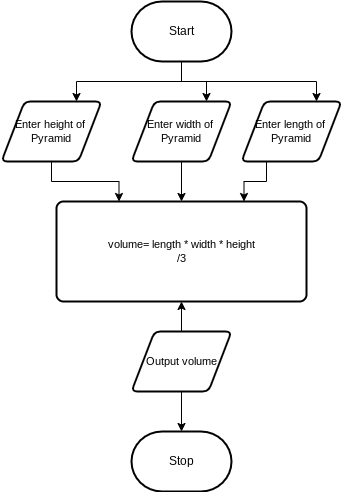
Before: design/flowchart.png, a diagram exported from draw.io (jakub-malhotra/ICS2O-Unit-6-04-extra). Source tidied: cells renumbered, new cells last; positions are measured from the earlier drawing's top-left corner, leaving out a move shared by most shapes. Source of this version:
```xml
<mxGraphModel>
  <root>
    <mxCell id="0" />
    <mxCell id="1" parent="0" />
    <mxCell id="2" style="edgeStyle=orthogonalEdgeStyle;shape=connector;rounded=0;html=1;exitX=0.5;exitY=1;exitDx=0;exitDy=0;exitPerimeter=0;entryX=0.75;entryY=0;entryDx=0;entryDy=0;labelBackgroundColor=default;strokeColor=default;fontFamily=Helvetica;fontSize=11;fontColor=default;endArrow=classic;" parent="1" edge="1" source="5" target="10">
      <mxGeometry relative="1" as="geometry" />
    </mxCell>
    <mxCell id="3" style="edgeStyle=orthogonalEdgeStyle;shape=connector;rounded=0;html=1;exitX=0.5;exitY=1;exitDx=0;exitDy=0;exitPerimeter=0;entryX=0.75;entryY=0;entryDx=0;entryDy=0;labelBackgroundColor=default;strokeColor=default;fontFamily=Helvetica;fontSize=11;fontColor=default;endArrow=classic;" parent="1" edge="1" source="5" target="8">
      <mxGeometry relative="1" as="geometry" />
    </mxCell>
    <mxCell id="4" style="edgeStyle=orthogonalEdgeStyle;shape=connector;rounded=0;html=1;exitX=0.5;exitY=1;exitDx=0;exitDy=0;exitPerimeter=0;entryX=0.75;entryY=0;entryDx=0;entryDy=0;labelBackgroundColor=default;strokeColor=default;fontFamily=Helvetica;fontSize=11;fontColor=default;endArrow=classic;" parent="1" edge="1" source="5" target="12">
      <mxGeometry relative="1" as="geometry" />
    </mxCell>
    <mxCell id="5" value="Start" style="strokeWidth=2;html=1;shape=mxgraph.flowchart.terminator;whiteSpace=wrap;" parent="1" vertex="1">
      <mxGeometry x="130" width="100" height="60" as="geometry" />
    </mxCell>
    <mxCell id="6" value="Stop" style="strokeWidth=2;html=1;shape=mxgraph.flowchart.terminator;whiteSpace=wrap;" parent="1" vertex="1">
      <mxGeometry x="130" y="430" width="100" height="60" as="geometry" />
    </mxCell>
    <mxCell id="7" style="edgeStyle=orthogonalEdgeStyle;shape=connector;rounded=0;html=1;exitX=0.5;exitY=1;exitDx=0;exitDy=0;entryX=0.5;entryY=0;entryDx=0;entryDy=0;labelBackgroundColor=default;strokeColor=default;fontFamily=Helvetica;fontSize=11;fontColor=default;endArrow=classic;" parent="1" edge="1" source="8" target="13">
      <mxGeometry relative="1" as="geometry" />
    </mxCell>
    <mxCell id="8" value="Enter width of&amp;nbsp;&lt;br&gt;Pyramid" style="shape=parallelogram;html=1;strokeWidth=2;perimeter=parallelogramPerimeter;whiteSpace=wrap;rounded=1;arcSize=12;size=0.23;fontFamily=Helvetica;fontSize=11;fontColor=default;" parent="1" vertex="1">
      <mxGeometry x="130" y="100" width="100" height="60" as="geometry" />
    </mxCell>
    <mxCell id="9" style="edgeStyle=orthogonalEdgeStyle;shape=connector;rounded=0;html=1;exitX=0.5;exitY=1;exitDx=0;exitDy=0;entryX=0.25;entryY=0;entryDx=0;entryDy=0;labelBackgroundColor=default;strokeColor=default;fontFamily=Helvetica;fontSize=11;fontColor=default;endArrow=classic;" parent="1" edge="1" source="10" target="13">
      <mxGeometry relative="1" as="geometry" />
    </mxCell>
    <mxCell id="10" value="Enter height of&amp;nbsp;&lt;br&gt;Pyramid" style="shape=parallelogram;html=1;strokeWidth=2;perimeter=parallelogramPerimeter;whiteSpace=wrap;rounded=1;arcSize=12;size=0.23;fontFamily=Helvetica;fontSize=11;fontColor=default;" parent="1" vertex="1">
      <mxGeometry y="100" width="100" height="60" as="geometry" />
    </mxCell>
    <mxCell id="11" style="edgeStyle=orthogonalEdgeStyle;shape=connector;rounded=0;html=1;exitX=0.25;exitY=1;exitDx=0;exitDy=0;entryX=0.75;entryY=0;entryDx=0;entryDy=0;labelBackgroundColor=default;strokeColor=default;fontFamily=Helvetica;fontSize=11;fontColor=default;endArrow=classic;" parent="1" edge="1" source="12" target="13">
      <mxGeometry relative="1" as="geometry" />
    </mxCell>
    <mxCell id="12" value="Enter length of&amp;nbsp;&lt;br&gt;Pyramid" style="shape=parallelogram;html=1;strokeWidth=2;perimeter=parallelogramPerimeter;whiteSpace=wrap;rounded=1;arcSize=12;size=0.23;fontFamily=Helvetica;fontSize=11;fontColor=default;" parent="1" vertex="1">
      <mxGeometry x="240" y="100" width="100" height="60" as="geometry" />
    </mxCell>
    <mxCell id="13" value="volume= length * width * height&lt;br&gt;/3" style="rounded=1;whiteSpace=wrap;html=1;absoluteArcSize=1;arcSize=14;strokeWidth=2;fontFamily=Helvetica;fontSize=11;fontColor=default;" parent="1" vertex="1">
      <mxGeometry x="55" y="200" width="250" height="100" as="geometry" />
    </mxCell>
    <mxCell id="14" style="edgeStyle=orthogonalEdgeStyle;shape=connector;rounded=0;html=1;exitX=0.5;exitY=1;exitDx=0;exitDy=0;labelBackgroundColor=default;strokeColor=default;fontFamily=Helvetica;fontSize=11;fontColor=default;endArrow=classic;" parent="1" edge="1" source="16" target="6">
      <mxGeometry relative="1" as="geometry" />
    </mxCell>
    <mxCell id="15" style="edgeStyle=orthogonalEdgeStyle;shape=connector;rounded=0;html=1;exitX=0.5;exitY=0;exitDx=0;exitDy=0;entryX=0.5;entryY=1;entryDx=0;entryDy=0;labelBackgroundColor=default;strokeColor=default;fontFamily=Helvetica;fontSize=11;fontColor=default;endArrow=classic;" parent="1" edge="1" source="16" target="13">
      <mxGeometry relative="1" as="geometry" />
    </mxCell>
    <mxCell id="16" value="Output volume" style="shape=parallelogram;html=1;strokeWidth=2;perimeter=parallelogramPerimeter;whiteSpace=wrap;rounded=1;arcSize=12;size=0.23;fontFamily=Helvetica;fontSize=11;fontColor=default;" parent="1" vertex="1">
      <mxGeometry x="130" y="330" width="100" height="60" as="geometry" />
    </mxCell>
  </root>
</mxGraphModel>
```
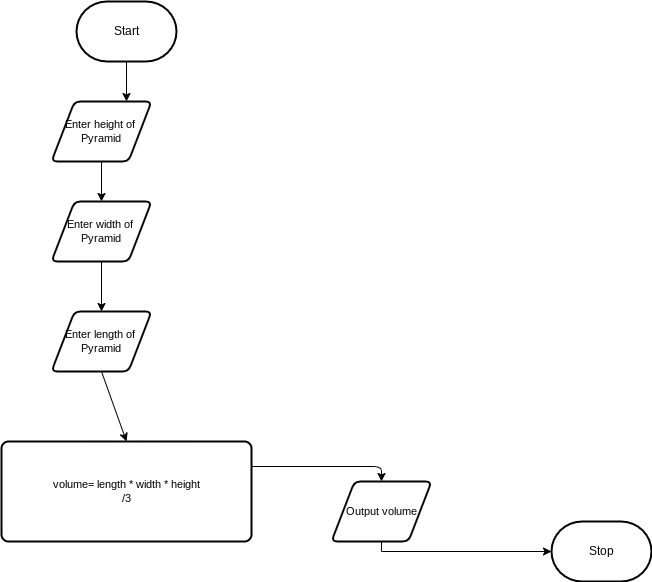
Above is the later version.

What changed in the source:
```diff
@@ -5,47 +5,41 @@
     <mxCell id="2" style="edgeStyle=orthogonalEdgeStyle;shape=connector;rounded=0;html=1;exitX=0.5;exitY=1;exitDx=0;exitDy=0;exitPerimeter=0;entryX=0.75;entryY=0;entryDx=0;entryDy=0;labelBackgroundColor=default;strokeColor=default;fontFamily=Helvetica;fontSize=11;fontColor=default;endArrow=classic;" parent="1" edge="1" source="5" target="10">
       <mxGeometry relative="1" as="geometry" />
     </mxCell>
-    <mxCell id="3" style="edgeStyle=orthogonalEdgeStyle;shape=connector;rounded=0;html=1;exitX=0.5;exitY=1;exitDx=0;exitDy=0;exitPerimeter=0;entryX=0.75;entryY=0;entryDx=0;entryDy=0;labelBackgroundColor=default;strokeColor=default;fontFamily=Helvetica;fontSize=11;fontColor=default;endArrow=classic;" parent="1" edge="1" source="5" target="8">
-      <mxGeometry relative="1" as="geometry" />
-    </mxCell>
-    <mxCell id="4" style="edgeStyle=orthogonalEdgeStyle;shape=connector;rounded=0;html=1;exitX=0.5;exitY=1;exitDx=0;exitDy=0;exitPerimeter=0;entryX=0.75;entryY=0;entryDx=0;entryDy=0;labelBackgroundColor=default;strokeColor=default;fontFamily=Helvetica;fontSize=11;fontColor=default;endArrow=classic;" parent="1" edge="1" source="5" target="12">
-      <mxGeometry relative="1" as="geometry" />
-    </mxCell>
     <mxCell id="5" value="Start" style="strokeWidth=2;html=1;shape=mxgraph.flowchart.terminator;whiteSpace=wrap;" parent="1" vertex="1">
-      <mxGeometry x="130" width="100" height="60" as="geometry" />
+      <mxGeometry x="25" y="-60" width="100" height="60" as="geometry" />
     </mxCell>
     <mxCell id="6" value="Stop" style="strokeWidth=2;html=1;shape=mxgraph.flowchart.terminator;whiteSpace=wrap;" parent="1" vertex="1">
-      <mxGeometry x="130" y="430" width="100" height="60" as="geometry" />
+      <mxGeometry x="500" y="460" width="100" height="60" as="geometry" />
     </mxCell>
-    <mxCell id="7" style="edgeStyle=orthogonalEdgeStyle;shape=connector;rounded=0;html=1;exitX=0.5;exitY=1;exitDx=0;exitDy=0;entryX=0.5;entryY=0;entryDx=0;entryDy=0;labelBackgroundColor=default;strokeColor=default;fontFamily=Helvetica;fontSize=11;fontColor=default;endArrow=classic;" parent="1" edge="1" source="8" target="13">
-      <mxGeometry relative="1" as="geometry" />
-    </mxCell>
+    <mxCell id="17" style="edgeStyle=none;html=1;exitX=0.5;exitY=1;exitDx=0;exitDy=0;entryX=0.5;entryY=0;entryDx=0;entryDy=0;" parent="1" edge="1" source="8" target="12">
+      <mxGeometry relative="1" as="geometry" />
+    </mxCell>
     <mxCell id="8" value="Enter width of&amp;nbsp;&lt;br&gt;Pyramid" style="shape=parallelogram;html=1;strokeWidth=2;perimeter=parallelogramPerimeter;whiteSpace=wrap;rounded=1;arcSize=12;size=0.23;fontFamily=Helvetica;fontSize=11;fontColor=default;" parent="1" vertex="1">
-      <mxGeometry x="130" y="100" width="100" height="60" as="geometry" />
+      <mxGeometry y="140" width="100" height="60" as="geometry" />
     </mxCell>
-    <mxCell id="9" style="edgeStyle=orthogonalEdgeStyle;shape=connector;rounded=0;html=1;exitX=0.5;exitY=1;exitDx=0;exitDy=0;entryX=0.25;entryY=0;entryDx=0;entryDy=0;labelBackgroundColor=default;strokeColor=default;fontFamily=Helvetica;fontSize=11;fontColor=default;endArrow=classic;" parent="1" edge="1" source="10" target="13">
-      <mxGeometry relative="1" as="geometry" />
-    </mxCell>
+    <mxCell id="18" style="edgeStyle=none;html=1;exitX=0.5;exitY=1;exitDx=0;exitDy=0;entryX=0.5;entryY=0;entryDx=0;entryDy=0;" parent="1" edge="1" source="10" target="8">
+      <mxGeometry relative="1" as="geometry" />
+    </mxCell>
     <mxCell id="10" value="Enter height of&amp;nbsp;&lt;br&gt;Pyramid" style="shape=parallelogram;html=1;strokeWidth=2;perimeter=parallelogramPerimeter;whiteSpace=wrap;rounded=1;arcSize=12;size=0.23;fontFamily=Helvetica;fontSize=11;fontColor=default;" parent="1" vertex="1">
-      <mxGeometry y="100" width="100" height="60" as="geometry" />
+      <mxGeometry y="40" width="100" height="60" as="geometry" />
     </mxCell>
-    <mxCell id="11" style="edgeStyle=orthogonalEdgeStyle;shape=connector;rounded=0;html=1;exitX=0.25;exitY=1;exitDx=0;exitDy=0;entryX=0.75;entryY=0;entryDx=0;entryDy=0;labelBackgroundColor=default;strokeColor=default;fontFamily=Helvetica;fontSize=11;fontColor=default;endArrow=classic;" parent="1" edge="1" source="12" target="13">
+    <mxCell id="11" style="edgeStyle=none;html=1;exitX=0.5;exitY=1;exitDx=0;exitDy=0;entryX=0.5;entryY=0;entryDx=0;entryDy=0;" parent="1" edge="1" source="12" target="13">
       <mxGeometry relative="1" as="geometry" />
     </mxCell>
     <mxCell id="12" value="Enter length of&amp;nbsp;&lt;br&gt;Pyramid" style="shape=parallelogram;html=1;strokeWidth=2;perimeter=parallelogramPerimeter;whiteSpace=wrap;rounded=1;arcSize=12;size=0.23;fontFamily=Helvetica;fontSize=11;fontColor=default;" parent="1" vertex="1">
-      <mxGeometry x="240" y="100" width="100" height="60" as="geometry" />
+      <mxGeometry y="250" width="100" height="60" as="geometry" />
     </mxCell>
+    <mxCell id="19" style="edgeStyle=orthogonalEdgeStyle;html=1;exitX=1;exitY=0.25;exitDx=0;exitDy=0;entryX=0.5;entryY=0;entryDx=0;entryDy=0;" parent="1" edge="1" source="13" target="16">
+      <mxGeometry relative="1" as="geometry" />
+    </mxCell>
     <mxCell id="13" value="volume= length * width * height&lt;br&gt;/3" style="rounded=1;whiteSpace=wrap;html=1;absoluteArcSize=1;arcSize=14;strokeWidth=2;fontFamily=Helvetica;fontSize=11;fontColor=default;" parent="1" vertex="1">
-      <mxGeometry x="55" y="200" width="250" height="100" as="geometry" />
+      <mxGeometry x="-50" y="380" width="250" height="100" as="geometry" />
     </mxCell>
     <mxCell id="14" style="edgeStyle=orthogonalEdgeStyle;shape=connector;rounded=0;html=1;exitX=0.5;exitY=1;exitDx=0;exitDy=0;labelBackgroundColor=default;strokeColor=default;fontFamily=Helvetica;fontSize=11;fontColor=default;endArrow=classic;" parent="1" edge="1" source="16" target="6">
       <mxGeometry relative="1" as="geometry" />
     </mxCell>
-    <mxCell id="15" style="edgeStyle=orthogonalEdgeStyle;shape=connector;rounded=0;html=1;exitX=0.5;exitY=0;exitDx=0;exitDy=0;entryX=0.5;entryY=1;entryDx=0;entryDy=0;labelBackgroundColor=default;strokeColor=default;fontFamily=Helvetica;fontSize=11;fontColor=default;endArrow=classic;" parent="1" edge="1" source="16" target="13">
-      <mxGeometry relative="1" as="geometry" />
-    </mxCell>
     <mxCell id="16" value="Output volume" style="shape=parallelogram;html=1;strokeWidth=2;perimeter=parallelogramPerimeter;whiteSpace=wrap;rounded=1;arcSize=12;size=0.23;fontFamily=Helvetica;fontSize=11;fontColor=default;" parent="1" vertex="1">
-      <mxGeometry x="130" y="330" width="100" height="60" as="geometry" />
+      <mxGeometry x="280" y="420" width="100" height="60" as="geometry" />
     </mxCell>
   </root>
 </mxGraphModel>
```
